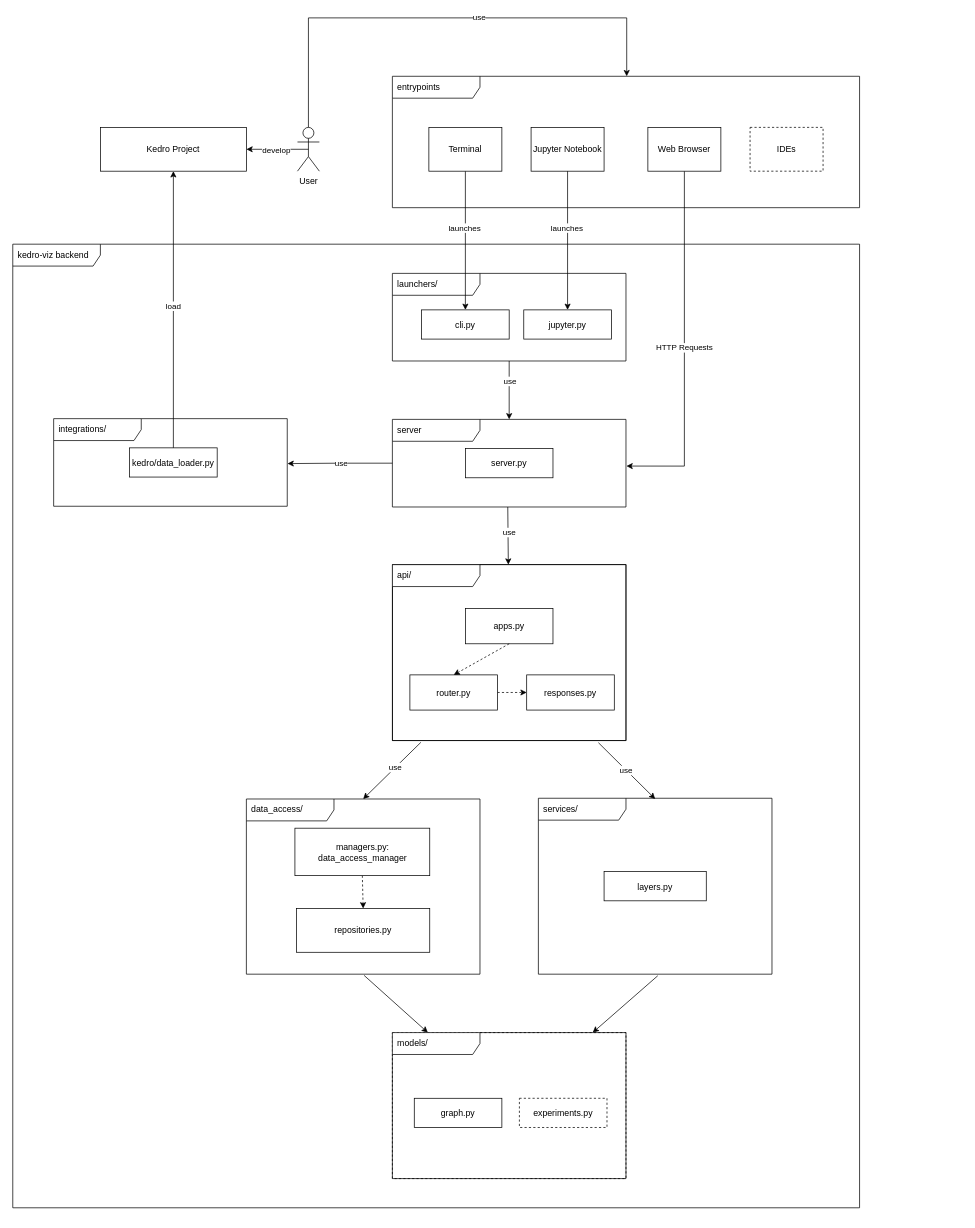
Before: package/kedro_viz/docs/architecture.drawio in kedro-org/kedro-viz, a draw.io diagram. Source tidied: cells renumbered, new cells numbered last; positions are measured from the earlier drawing's top-left corner, leaving out a move shared by most shapes. Both pictures are drawn from the tidied source at 73%, with x=0, y=0 at pixel (12, 18).
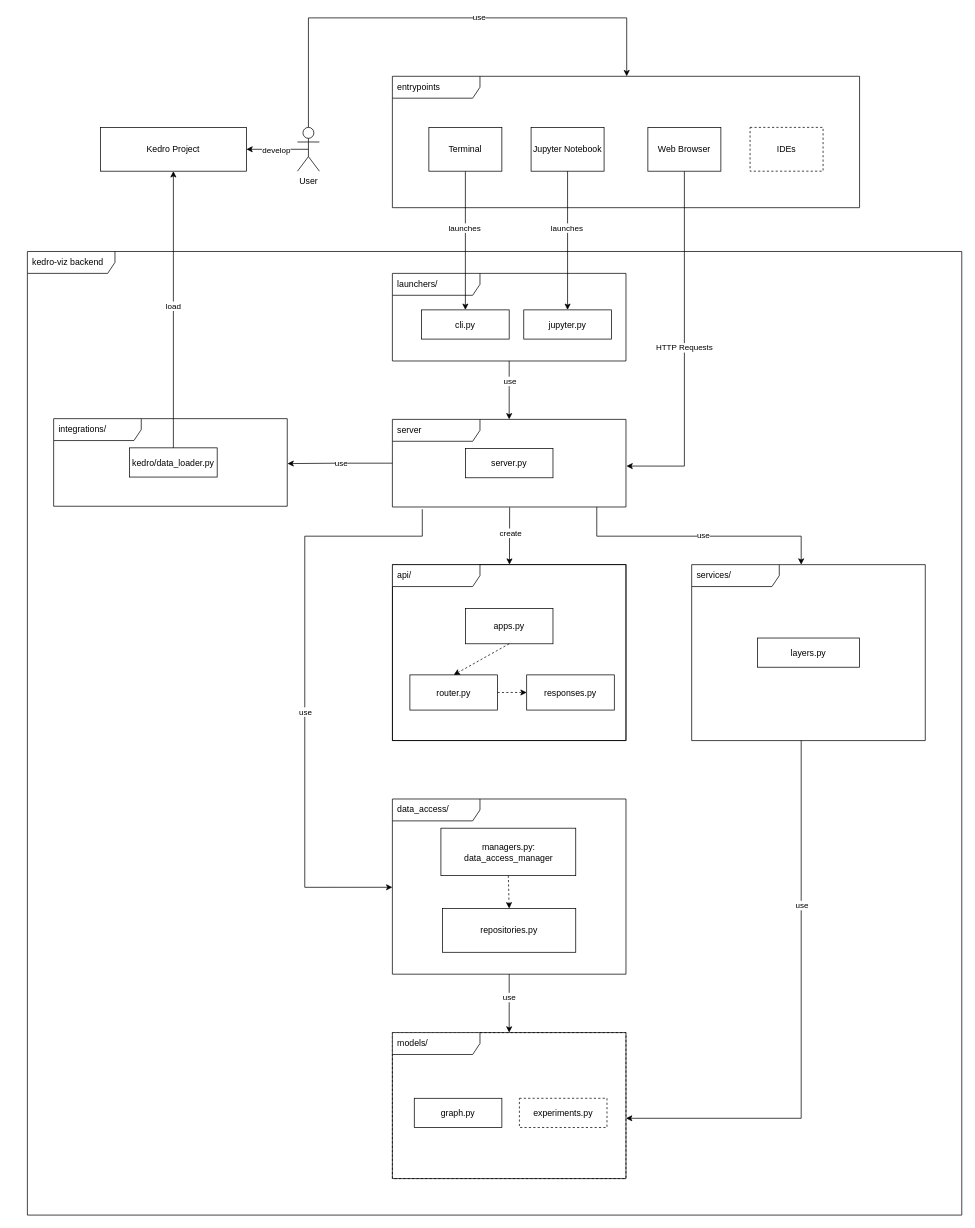
Above is the later version.

Unchanged cells that the change refers to:
```xml
<mxCell id="8" value="server" style="shape=umlFrame;whiteSpace=wrap;html=1;width=120;height=30;boundedLbl=1;verticalAlign=middle;align=left;spacingLeft=5;strokeColor=#000000;" parent="1" vertex="1">
  <mxGeometry x="520" y="550" width="320" height="120" as="geometry" />
</mxCell>
<mxCell id="11" value="data_access/" style="shape=umlFrame;whiteSpace=wrap;html=1;width=120;height=30;boundedLbl=1;verticalAlign=middle;align=left;spacingLeft=5;strokeColor=#000000;" parent="10" vertex="1">
  <mxGeometry y="-10" width="320" height="240" as="geometry" />
</mxCell>
<mxCell id="16" value="api/" style="shape=umlFrame;whiteSpace=wrap;html=1;width=120;height=30;boundedLbl=1;verticalAlign=middle;align=left;spacingLeft=5;strokeColor=#000000;" parent="15" vertex="1">
  <mxGeometry width="320" height="241" as="geometry" />
</mxCell>
<mxCell id="25" value="models/" style="shape=umlFrame;whiteSpace=wrap;html=1;width=120;height=30;boundedLbl=1;verticalAlign=middle;align=left;spacingLeft=5;strokeColor=#000000;" parent="24" vertex="1">
  <mxGeometry width="320" height="200" as="geometry" />
</mxCell>
```

Change to the diagram source:
```diff
@@
+    <mxCell id="3" value="kedro-viz backend" style="shape=umlFrame;whiteSpace=wrap;html=1;width=120;height=30;boundedLbl=1;verticalAlign=middle;align=left;spacingLeft=5;strokeColor=#000000;" parent="1" vertex="1">
+      <mxGeometry x="20" y="320" width="1280" height="1320" as="geometry" />
+    </mxCell>
+    <mxCell id="58" style="edgeStyle=orthogonalEdgeStyle;rounded=0;jettySize=auto;html=1;strokeColor=#000000;exitX=0.128;exitY=1.025;exitDx=0;exitDy=0;exitPerimeter=0;entryX=0;entryY=0.504;entryDx=0;entryDy=0;entryPerimeter=0;" parent="1" edge="1" source="8" target="11">
+      <mxGeometry relative="1" as="geometry">
+        <Array as="points">
+          <mxPoint x="561" y="710" />
+          <mxPoint x="400" y="710" />
+          <mxPoint x="400" y="1191" />
+        </Array>
+      </mxGeometry>
+    </mxCell>
+    <mxCell id="59" value="use" style="edgeLabel;html=1;align=center;verticalAlign=middle;" parent="58" vertex="1">
+      <mxGeometry x="0.1" y="3" relative="1" as="geometry">
+        <mxPoint x="-3" as="offset" />
+      </mxGeometry>
+    </mxCell>
+    <mxCell id="60" style="edgeStyle=orthogonalEdgeStyle;rounded=0;jettySize=auto;html=1;strokeColor=#000000;" parent="1" edge="1" source="8" target="22">
+      <mxGeometry relative="1" as="geometry">
+        <Array as="points">
+          <mxPoint x="800" y="710" />
+          <mxPoint x="1080" y="710" />
+        </Array>
+      </mxGeometry>
+    </mxCell>
+    <mxCell id="61" value="use" style="edgeLabel;html=1;align=center;verticalAlign=middle;" parent="60" vertex="1">
+      <mxGeometry x="0.03" y="2" relative="1" as="geometry" />
+    </mxCell>
@@
-    <mxCell id="3" value="kedro-viz backend" style="shape=umlFrame;whiteSpace=wrap;html=1;width=120;height=30;boundedLbl=1;verticalAlign=middle;align=left;spacingLeft=5;strokeColor=#000000;" parent="1" vertex="1">
-      <mxGeometry y="310" width="1160" height="1320" as="geometry" />
-    </mxCell>
-    <mxCell id="4" style="edgeStyle=none;rounded=0;jettySize=auto;html=1;fontColor=#000000;exitX=0.494;exitY=1;exitDx=0;exitDy=0;exitPerimeter=0;strokeColor=#000000;" parent="1" edge="1" source="8" target="16">
+    <mxCell id="4" style="edgeStyle=none;rounded=0;jettySize=auto;html=1;fontColor=#000000;exitX=0.502;exitY=1.004;exitDx=0;exitDy=0;exitPerimeter=0;strokeColor=#000000;" parent="1" edge="1" source="8" target="16">
       <mxGeometry relative="1" as="geometry" />
     </mxCell>
-    <mxCell id="5" value="use" style="edgeLabel;html=1;align=center;verticalAlign=middle;" parent="4" vertex="1">
+    <mxCell id="5" value="create" style="edgeLabel;html=1;align=center;verticalAlign=middle;" parent="4" vertex="1">
       <mxGeometry x="-0.12" y="1" relative="1" as="geometry" />
     </mxCell>
@@
     <mxCell id="10" style="group;" parent="1" vertex="1">
-      <mxGeometry x="320" y="1080" width="320" height="230" as="geometry" />
+      <mxGeometry x="520" y="1080" width="320" height="230" as="geometry" />
     </mxCell>
@@
+    <mxCell id="38" style="edgeStyle=orthogonalEdgeStyle;rounded=0;jettySize=auto;html=1;entryX=1;entryY=0.587;entryDx=0;entryDy=0;entryPerimeter=0;strokeColor=#000000;" parent="1" edge="1" source="22" target="25">
+      <mxGeometry relative="1" as="geometry">
+        <Array as="points">
+          <mxPoint x="1080" y="1507" />
+        </Array>
+      </mxGeometry>
+    </mxCell>
+    <mxCell id="62" value="use" style="edgeLabel;html=1;align=center;verticalAlign=middle;" parent="38" vertex="1">
+      <mxGeometry x="-0.41" y="2" relative="1" as="geometry">
+        <mxPoint x="-2" y="2.5" as="offset" />
+      </mxGeometry>
+    </mxCell>
     <mxCell id="22" value="services/" style="shape=umlFrame;whiteSpace=wrap;html=1;width=120;height=30;boundedLbl=1;verticalAlign=middle;align=left;spacingLeft=5;strokeColor=#000000;" parent="1" vertex="1">
-      <mxGeometry x="720" y="1069" width="320" height="241" as="geometry" />
+      <mxGeometry x="930" y="749" width="320" height="241" as="geometry" />
     </mxCell>
     <mxCell id="23" value="layers.py" style="fontStyle=0;strokeColor=#000000;" parent="1" vertex="1">
-      <mxGeometry x="810" y="1169.5" width="140" height="40" as="geometry" />
+      <mxGeometry x="1020" y="849.5" width="140" height="40" as="geometry" />
     </mxCell>
@@
-    <mxCell id="33" style="rounded=0;jettySize=auto;html=1;exitX=0.882;exitY=1.012;exitDx=0;exitDy=0;exitPerimeter=0;entryX=0.5;entryY=0.004;entryDx=0;entryDy=0;entryPerimeter=0;strokeColor=#000000;" parent="1" edge="1" source="16" target="22">
-      <mxGeometry relative="1" as="geometry" />
-    </mxCell>
-    <mxCell id="34" value="use" style="edgeLabel;html=1;align=center;verticalAlign=middle;" parent="33" vertex="1">
-      <mxGeometry x="-0.04" relative="1" as="geometry" />
-    </mxCell>
-    <mxCell id="35" style="rounded=0;jettySize=auto;html=1;exitX=0.122;exitY=1.01;exitDx=0;exitDy=0;exitPerimeter=0;entryX=0.5;entryY=0;entryDx=0;entryDy=0;entryPerimeter=0;strokeColor=#000000;" parent="1" edge="1" source="16" target="11">
-      <mxGeometry relative="1" as="geometry" />
-    </mxCell>
-    <mxCell id="36" value="use" style="edgeLabel;html=1;align=center;verticalAlign=middle;" parent="35" vertex="1">
-      <mxGeometry x="-0.11" y="-1" relative="1" as="geometry" />
-    </mxCell>
-    <mxCell id="37" style="rounded=0;jettySize=auto;html=1;exitX=0.504;exitY=1.007;exitDx=0;exitDy=0;exitPerimeter=0;strokeColor=#000000;" parent="1" edge="1" source="11" target="25">
-      <mxGeometry relative="1" as="geometry" />
-    </mxCell>
-    <mxCell id="38" style="rounded=0;jettySize=auto;html=1;exitX=0.511;exitY=1.009;exitDx=0;exitDy=0;exitPerimeter=0;strokeColor=#000000;" parent="1" edge="1" source="22" target="25">
-      <mxGeometry relative="1" as="geometry" />
-    </mxCell>
@@
+    <mxCell id="37" style="edgeStyle=orthogonalEdgeStyle;rounded=0;jettySize=auto;html=1;strokeColor=#000000;" parent="1" edge="1" source="11" target="25">
+      <mxGeometry relative="1" as="geometry" />
+    </mxCell>
+    <mxCell id="63" value="use" style="edgeLabel;html=1;align=center;verticalAlign=middle;" parent="37" vertex="1">
+      <mxGeometry x="-0.22" y="-1" relative="1" as="geometry" />
+    </mxCell>
```
